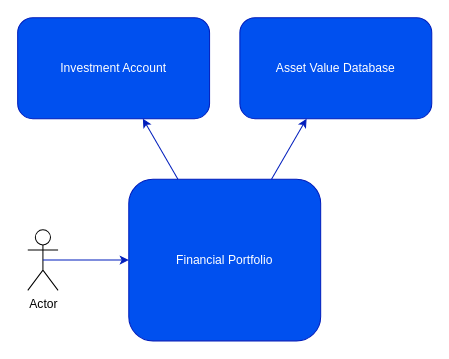
The draw.io diagram page "C1" (1 of 2) of doc/High-Level Architecture.drawio in aleichter/financial-portfolio, before the edit. Source tidied: cells renumbered, new cells numbered last; positions are measured from the earlier drawing's top-left corner, leaving out a move shared by most shapes. Both pictures are drawn from the tidied source at 101%, with x=0, y=0 at pixel (17, 17).
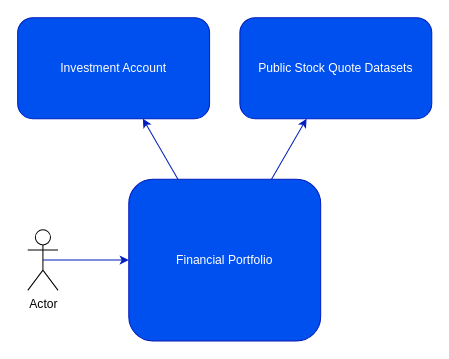
After the change.

Diff of the diagram source:
```diff
@@
 <mxGraphModel>
   <root>
     <mxCell id="0" />
     <mxCell id="1" parent="0" />
     <mxCell id="2" value="Financial Portfolio" style="rounded=1;whiteSpace=wrap;html=1;fillColor=#0050ef;strokeColor=#001DBC;fontColor=#ffffff;" parent="1" vertex="1">
       <mxGeometry x="110" y="160" width="190" height="160" as="geometry" />
     </mxCell>
     <mxCell id="3" value="Investment Account" style="rounded=1;whiteSpace=wrap;html=1;fillColor=#0050ef;strokeColor=#001DBC;fontColor=#ffffff;" parent="1" vertex="1">
       <mxGeometry width="190" height="100" as="geometry" />
     </mxCell>
-    <mxCell id="4" value="Asset Value Database" style="rounded=1;whiteSpace=wrap;html=1;fillColor=#0050ef;strokeColor=#001DBC;fontColor=#ffffff;" parent="1" vertex="1">
+    <mxCell id="4" value="Public Stock Quote Datasets" style="rounded=1;whiteSpace=wrap;html=1;fillColor=#0050ef;strokeColor=#001DBC;fontColor=#ffffff;" parent="1" vertex="1">
       <mxGeometry x="220" width="190" height="100" as="geometry" />
     </mxCell>
     <mxCell id="5" style="endArrow=classic;html=1;fillColor=#0050ef;strokeColor=#001DBC;" parent="1" edge="1" source="2" target="3">
       <mxGeometry relative="1" as="geometry" />
     </mxCell>
     <mxCell id="6" style="endArrow=classic;html=1;fillColor=#0050ef;strokeColor=#001DBC;" parent="1" edge="1" source="2" target="4">
       <mxGeometry relative="1" as="geometry" />
     </mxCell>
     <mxCell id="7" value="Actor" style="shape=umlActor;verticalLabelPosition=bottom;verticalAlign=top;html=1;outlineConnect=0;labelBackgroundColor=#ffffff;fillColor=none;align=left;" parent="1" vertex="1">
       <mxGeometry x="10" y="210" width="30" height="60" as="geometry" />
     </mxCell>
     <mxCell id="8" style="endArrow=classic;html=1;fillColor=#0050ef;strokeColor=#001DBC;exitX=0.5;exitY=0.5;exitDx=0;exitDy=0;exitPerimeter=0;" parent="1" edge="1" source="7" target="2">
       <mxGeometry relative="1" as="geometry" />
     </mxCell>
   </root>
 </mxGraphModel>
```
